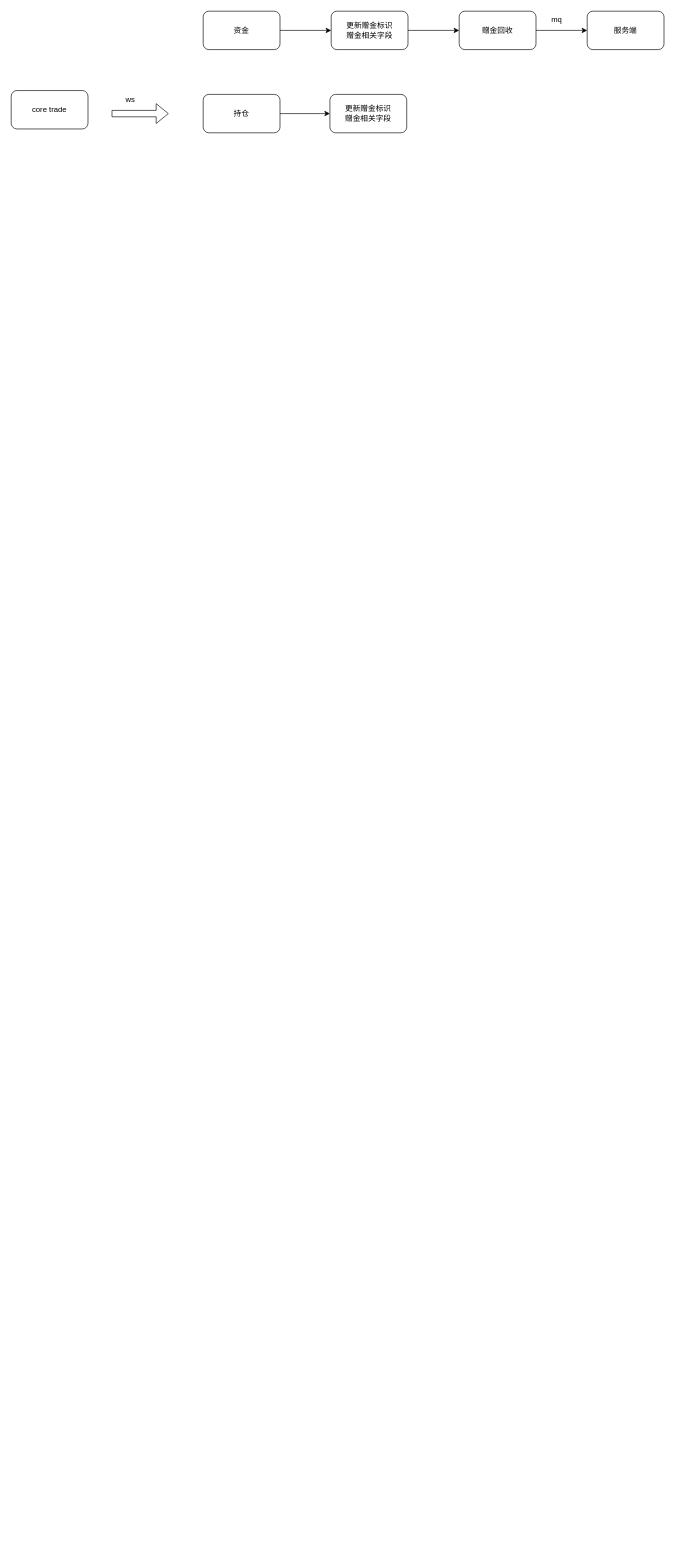
Above: 风控强平.drawio in xu-xiwei/drawio (draw.io), before the change. Source tidied: cells renumbered, new cells numbered last; positions are measured from the earlier drawing's top-left corner, leaving out a move shared by most shapes. Both pictures are drawn from the tidied source at 64%, with x=0, y=0 at pixel (11, 11).
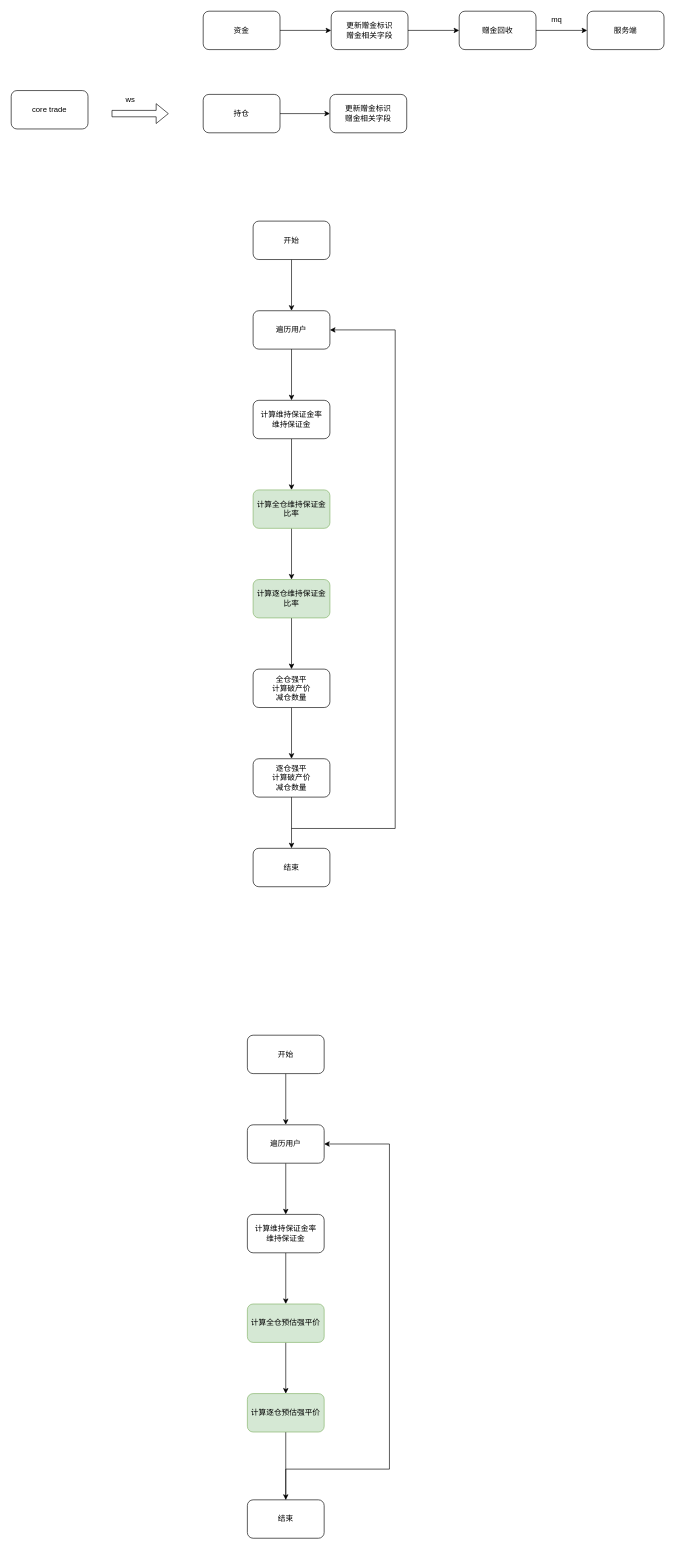
The same page after the edit.

Commit message:
更新风控强平.drawio

The edit, as a diff of the source:
```diff
@@
+    <mxCell id="16" style="edgeStyle=orthogonalEdgeStyle;rounded=0;jettySize=auto;html=1;" parent="1" edge="1" source="17" target="19">
+      <mxGeometry relative="1" as="geometry" />
+    </mxCell>
+    <mxCell id="17" value="开始" style="rounded=1;whiteSpace=wrap;html=1;" parent="1" vertex="1">
+      <mxGeometry x="378" y="328" width="120" height="60" as="geometry" />
+    </mxCell>
+    <mxCell id="18" style="edgeStyle=orthogonalEdgeStyle;rounded=0;jettySize=auto;html=1;" parent="1" edge="1" source="19" target="21">
+      <mxGeometry relative="1" as="geometry" />
+    </mxCell>
+    <mxCell id="19" value="遍历用户" style="whiteSpace=wrap;html=1;rounded=1;" parent="1" vertex="1">
+      <mxGeometry x="378" y="468" width="120" height="60" as="geometry" />
+    </mxCell>
+    <mxCell id="20" style="edgeStyle=orthogonalEdgeStyle;rounded=0;jettySize=auto;html=1;" parent="1" edge="1" source="21" target="23">
+      <mxGeometry relative="1" as="geometry" />
+    </mxCell>
+    <mxCell id="21" value="计算维持保证金率&lt;div&gt;维持保证金&lt;/div&gt;" style="whiteSpace=wrap;html=1;rounded=1;" parent="1" vertex="1">
+      <mxGeometry x="378" y="608" width="120" height="60" as="geometry" />
+    </mxCell>
+    <mxCell id="22" style="edgeStyle=orthogonalEdgeStyle;rounded=0;jettySize=auto;html=1;" parent="1" edge="1" source="23" target="25">
+      <mxGeometry relative="1" as="geometry" />
+    </mxCell>
+    <mxCell id="23" value="计算全仓维持保证金比率" style="whiteSpace=wrap;html=1;rounded=1;fillColor=#d5e8d4;strokeColor=#82b366;" parent="1" vertex="1">
+      <mxGeometry x="378" y="748" width="120" height="60" as="geometry" />
+    </mxCell>
+    <mxCell id="24" style="edgeStyle=orthogonalEdgeStyle;rounded=0;jettySize=auto;html=1;" parent="1" edge="1" source="25" target="27">
+      <mxGeometry relative="1" as="geometry" />
+    </mxCell>
+    <mxCell id="25" value="计算逐仓维持保证金比率" style="whiteSpace=wrap;html=1;rounded=1;fillColor=#d5e8d4;strokeColor=#82b366;" parent="1" vertex="1">
+      <mxGeometry x="378" y="888" width="120" height="60" as="geometry" />
+    </mxCell>
+    <mxCell id="26" style="edgeStyle=orthogonalEdgeStyle;rounded=0;jettySize=auto;html=1;" parent="1" edge="1" source="27" target="30">
+      <mxGeometry relative="1" as="geometry" />
+    </mxCell>
+    <mxCell id="27" value="全仓强平&lt;div&gt;计算破产价&lt;/div&gt;&lt;div&gt;减仓数量&lt;/div&gt;" style="whiteSpace=wrap;html=1;rounded=1;" parent="1" vertex="1">
+      <mxGeometry x="378" y="1028" width="120" height="60" as="geometry" />
+    </mxCell>
+    <mxCell id="28" style="edgeStyle=orthogonalEdgeStyle;rounded=0;jettySize=auto;html=1;" parent="1" edge="1" source="30" target="31">
+      <mxGeometry relative="1" as="geometry" />
+    </mxCell>
+    <mxCell id="29" style="edgeStyle=orthogonalEdgeStyle;rounded=0;jettySize=auto;html=1;entryX=1;entryY=0.5;entryDx=0;entryDy=0;" parent="1" edge="1" target="19">
+      <mxGeometry relative="1" as="geometry">
+        <mxPoint x="438" y="1277" as="sourcePoint" />
+        <Array as="points">
+          <mxPoint x="600" y="1277" />
+          <mxPoint x="600" y="498" />
+        </Array>
+      </mxGeometry>
+    </mxCell>
+    <mxCell id="30" value="逐仓强平&lt;div&gt;计算破产价&lt;/div&gt;&lt;div&gt;减仓数量&lt;/div&gt;" style="whiteSpace=wrap;html=1;rounded=1;" parent="1" vertex="1">
+      <mxGeometry x="378" y="1168" width="120" height="60" as="geometry" />
+    </mxCell>
+    <mxCell id="31" value="结束" style="whiteSpace=wrap;html=1;rounded=1;" parent="1" vertex="1">
+      <mxGeometry x="378" y="1308" width="120" height="60" as="geometry" />
+    </mxCell>
+    <mxCell id="32" style="edgeStyle=orthogonalEdgeStyle;rounded=0;jettySize=auto;html=1;" parent="1" edge="1" source="33" target="35">
+      <mxGeometry relative="1" as="geometry" />
+    </mxCell>
+    <mxCell id="33" value="开始" style="rounded=1;whiteSpace=wrap;html=1;" parent="1" vertex="1">
+      <mxGeometry x="369" y="1600" width="120" height="60" as="geometry" />
+    </mxCell>
+    <mxCell id="34" style="edgeStyle=orthogonalEdgeStyle;rounded=0;jettySize=auto;html=1;" parent="1" edge="1" source="35" target="37">
+      <mxGeometry relative="1" as="geometry" />
+    </mxCell>
+    <mxCell id="35" value="遍历用户" style="whiteSpace=wrap;html=1;rounded=1;" parent="1" vertex="1">
+      <mxGeometry x="369" y="1740" width="120" height="60" as="geometry" />
+    </mxCell>
+    <mxCell id="36" style="edgeStyle=orthogonalEdgeStyle;rounded=0;jettySize=auto;html=1;" parent="1" edge="1" source="37" target="39">
+      <mxGeometry relative="1" as="geometry" />
+    </mxCell>
+    <mxCell id="37" value="计算维持保证金率&lt;div&gt;维持保证金&lt;/div&gt;" style="whiteSpace=wrap;html=1;rounded=1;" parent="1" vertex="1">
+      <mxGeometry x="369" y="1880" width="120" height="60" as="geometry" />
+    </mxCell>
+    <mxCell id="38" style="edgeStyle=orthogonalEdgeStyle;rounded=0;jettySize=auto;html=1;" parent="1" edge="1" source="39" target="41">
+      <mxGeometry relative="1" as="geometry" />
+    </mxCell>
+    <mxCell id="39" value="计算全仓预估强平价" style="whiteSpace=wrap;html=1;rounded=1;fillColor=#d5e8d4;strokeColor=#82b366;" parent="1" vertex="1">
+      <mxGeometry x="369" y="2020" width="120" height="60" as="geometry" />
+    </mxCell>
+    <mxCell id="40" style="edgeStyle=orthogonalEdgeStyle;rounded=0;jettySize=auto;html=1;entryX=0.5;entryY=0;entryDx=0;entryDy=0;" parent="1" edge="1" source="41" target="43">
+      <mxGeometry relative="1" as="geometry" />
+    </mxCell>
+    <mxCell id="41" value="计算逐仓预估强平价" style="whiteSpace=wrap;html=1;rounded=1;fillColor=#d5e8d4;strokeColor=#82b366;" parent="1" vertex="1">
+      <mxGeometry x="369" y="2160" width="120" height="60" as="geometry" />
+    </mxCell>
+    <mxCell id="42" style="edgeStyle=orthogonalEdgeStyle;rounded=0;jettySize=auto;html=1;entryX=1;entryY=0.5;entryDx=0;entryDy=0;" parent="1" edge="1" source="43" target="35">
+      <mxGeometry relative="1" as="geometry">
+        <Array as="points">
+          <mxPoint x="429" y="2278" />
+          <mxPoint x="591" y="2278" />
+          <mxPoint x="591" y="1770" />
+        </Array>
+      </mxGeometry>
+    </mxCell>
+    <mxCell id="43" value="结束" style="rounded=1;whiteSpace=wrap;html=1;" parent="1" vertex="1">
+      <mxGeometry x="369" y="2326" width="120" height="60" as="geometry" />
+    </mxCell>
```
